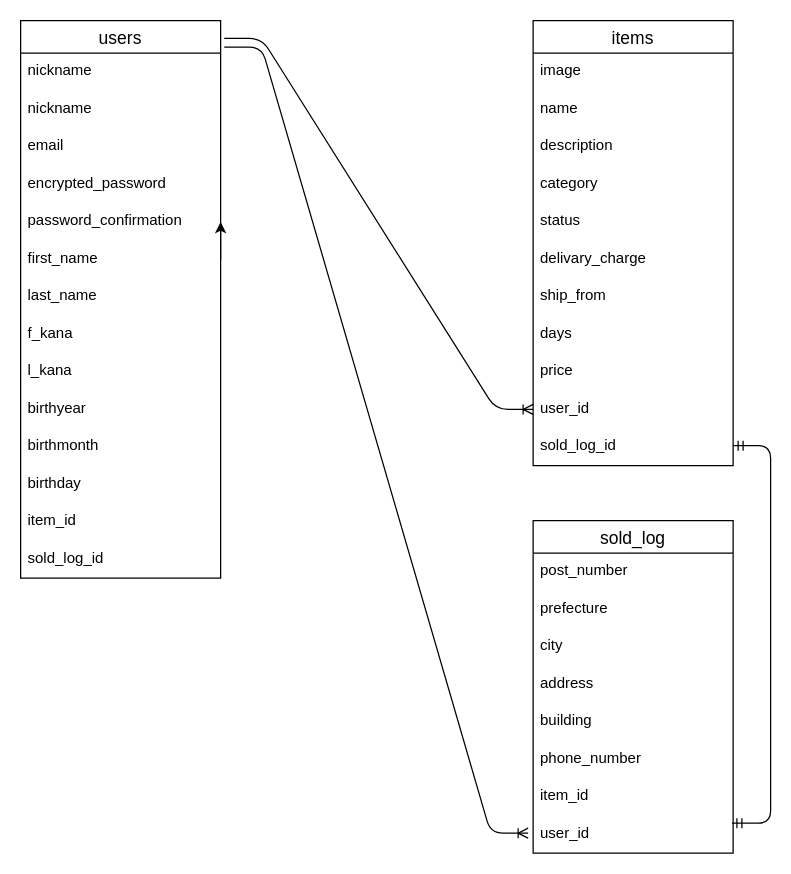
Above: ER.dio in koluhei/furima-36227 (draw.io), before the change. Source tidied: cells renumbered, new cells numbered last; positions are measured from the earlier drawing's top-left corner, leaving out a move shared by most shapes. Both pictures are drawn from the tidied source at 125%, with x=0, y=0 at pixel (20, 20).
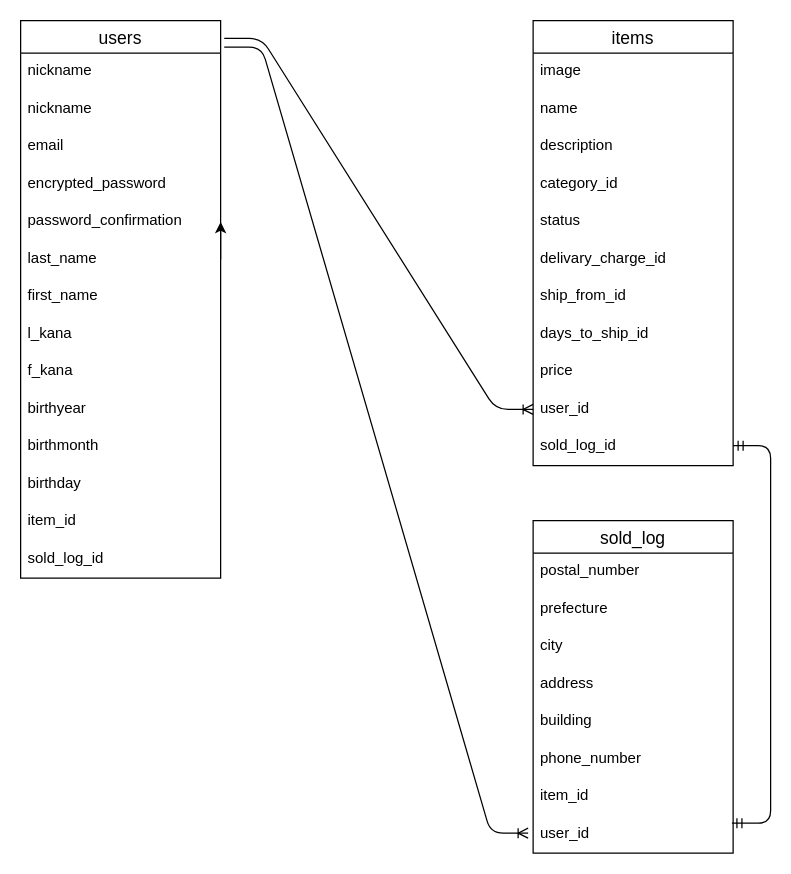
Above is the later version.

The change refers to these unchanged cells:
```xml
<mxCell id="2" value="users" style="swimlane;fontStyle=0;horizontal=1;startSize=26;align=center;fontSize=14;" parent="1" vertex="1">
  <mxGeometry width="160" height="446" as="geometry" />
</mxCell>
<mxCell id="17" value="items" style="swimlane;fontStyle=0;horizontal=1;startSize=26;align=center;fontSize=14;" parent="1" vertex="1">
  <mxGeometry x="410" width="160" height="356" as="geometry" />
</mxCell>
<mxCell id="29" value="sold_log" style="swimlane;fontStyle=0;horizontal=1;startSize=26;align=center;fontSize=14;" parent="1" vertex="1">
  <mxGeometry x="410" y="400" width="160" height="266" as="geometry" />
</mxCell>
```

Change to the diagram source:
```diff
@@
-    <mxCell id="8" value="first_name" style="text;strokeColor=none;fillColor=none;spacingLeft=4;spacingRight=4;overflow=hidden;points=[[0,0.5],[1,0.5]];portConstraint=eastwest;fontSize=12;" parent="2" vertex="1">
+    <mxCell id="8" value="last_name" style="text;strokeColor=none;fillColor=none;spacingLeft=4;spacingRight=4;overflow=hidden;points=[[0,0.5],[1,0.5]];portConstraint=eastwest;fontSize=12;" parent="2" vertex="1">
       <mxGeometry y="176" width="160" height="30" as="geometry" />
     </mxCell>
-    <mxCell id="9" value="last_name" style="text;strokeColor=none;fillColor=none;spacingLeft=4;spacingRight=4;overflow=hidden;fontSize=12;" parent="2" vertex="1">
+    <mxCell id="9" value="first_name" style="text;strokeColor=none;fillColor=none;spacingLeft=4;spacingRight=4;overflow=hidden;fontSize=12;" parent="2" vertex="1">
       <mxGeometry y="206" width="160" height="30" as="geometry" />
     </mxCell>
-    <mxCell id="10" value="f_kana" style="text;strokeColor=none;fillColor=none;spacingLeft=4;spacingRight=4;overflow=hidden;fontSize=12;" parent="2" vertex="1">
+    <mxCell id="10" value="l_kana" style="text;strokeColor=none;fillColor=none;spacingLeft=4;spacingRight=4;overflow=hidden;fontSize=12;" parent="2" vertex="1">
       <mxGeometry y="236" width="160" height="30" as="geometry" />
     </mxCell>
-    <mxCell id="11" value="l_kana" style="text;strokeColor=none;fillColor=none;spacingLeft=4;spacingRight=4;overflow=hidden;fontSize=12;" parent="2" vertex="1">
+    <mxCell id="11" value="f_kana" style="text;strokeColor=none;fillColor=none;spacingLeft=4;spacingRight=4;overflow=hidden;fontSize=12;" parent="2" vertex="1">
       <mxGeometry y="266" width="160" height="30" as="geometry" />
     </mxCell>
@@
-    <mxCell id="21" value="category" style="text;strokeColor=none;fillColor=none;spacingLeft=4;spacingRight=4;overflow=hidden;fontSize=12;" parent="17" vertex="1">
+    <mxCell id="21" value="category_id" style="text;strokeColor=none;fillColor=none;spacingLeft=4;spacingRight=4;overflow=hidden;fontSize=12;" parent="17" vertex="1">
       <mxGeometry y="116" width="160" height="30" as="geometry" />
     </mxCell>
@@
-    <mxCell id="23" value="delivary_charge" style="text;strokeColor=none;fillColor=none;spacingLeft=4;spacingRight=4;overflow=hidden;fontSize=12;" parent="17" vertex="1">
+    <mxCell id="23" value="delivary_charge_id" style="text;strokeColor=none;fillColor=none;spacingLeft=4;spacingRight=4;overflow=hidden;fontSize=12;" parent="17" vertex="1">
       <mxGeometry y="176" width="160" height="30" as="geometry" />
     </mxCell>
-    <mxCell id="24" value="ship_from" style="text;strokeColor=none;fillColor=none;spacingLeft=4;spacingRight=4;overflow=hidden;fontSize=12;" parent="17" vertex="1">
+    <mxCell id="24" value="ship_from_id" style="text;strokeColor=none;fillColor=none;spacingLeft=4;spacingRight=4;overflow=hidden;fontSize=12;" parent="17" vertex="1">
       <mxGeometry y="206" width="160" height="30" as="geometry" />
     </mxCell>
-    <mxCell id="25" value="days" style="text;strokeColor=none;fillColor=none;spacingLeft=4;spacingRight=4;overflow=hidden;fontSize=12;" parent="17" vertex="1">
+    <mxCell id="25" value="days_to_ship_id" style="text;strokeColor=none;fillColor=none;spacingLeft=4;spacingRight=4;overflow=hidden;fontSize=12;" parent="17" vertex="1">
       <mxGeometry y="236" width="160" height="30" as="geometry" />
     </mxCell>
@@
-    <mxCell id="30" value="post_number" style="text;strokeColor=none;fillColor=none;spacingLeft=4;spacingRight=4;overflow=hidden;fontSize=12;" parent="29" vertex="1">
+    <mxCell id="30" value="postal_number" style="text;strokeColor=none;fillColor=none;spacingLeft=4;spacingRight=4;overflow=hidden;fontSize=12;" parent="29" vertex="1">
       <mxGeometry y="26" width="160" height="30" as="geometry" />
     </mxCell>
```
